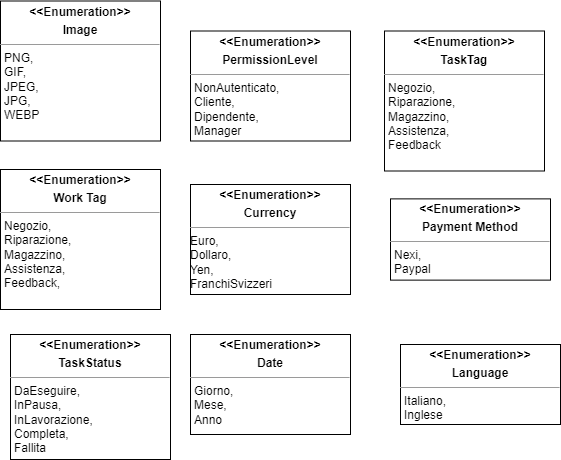
IS-FixMi/Documentation-Source keeps this draw.io diagram as third-deliverable/images/Diagramma_delle_classi_Enumi.png. Above is the earlier version. Source tidied: cells renumbered, new cells last; positions are measured from the earlier drawing's top-left corner, leaving out a move shared by most shapes. The source it was exported from:
```xml
<mxGraphModel>
  <root>
    <mxCell id="0" />
    <mxCell id="1" parent="0" />
    <mxCell id="2" value="&lt;p style=&quot;margin:0px;margin-top:4px;text-align:center;&quot;&gt;&lt;b&gt;&amp;lt;&amp;lt;Enumeration&amp;gt;&amp;gt;&lt;/b&gt;&lt;/p&gt;&lt;p style=&quot;margin:0px;margin-top:4px;text-align:center;&quot;&gt;&lt;b&gt;PermissionLevel&lt;/b&gt;&lt;/p&gt;&lt;hr size=&quot;1&quot;&gt;&lt;p style=&quot;margin:0px;margin-left:4px;&quot;&gt;NonAutenticato,&lt;br&gt;&lt;/p&gt;&lt;p style=&quot;margin:0px;margin-left:4px;&quot;&gt;Cliente,&lt;/p&gt;&lt;p style=&quot;margin:0px;margin-left:4px;&quot;&gt;Dipendente,&lt;/p&gt;&lt;p style=&quot;margin:0px;margin-left:4px;&quot;&gt;Manager&lt;/p&gt;" style="verticalAlign=top;align=left;overflow=fill;fontSize=12;fontFamily=Helvetica;html=1;whiteSpace=wrap;" parent="1" vertex="1">
      <mxGeometry x="190" y="29.5" width="160" height="110" as="geometry" />
    </mxCell>
    <mxCell id="3" value="&lt;p style=&quot;margin:0px;margin-top:4px;text-align:center;&quot;&gt;&lt;b&gt;&amp;lt;&amp;lt;Enumeration&amp;gt;&amp;gt;&lt;/b&gt;&lt;/p&gt;&lt;p style=&quot;margin:0px;margin-top:4px;text-align:center;&quot;&gt;&lt;b&gt;Image&lt;/b&gt;&lt;/p&gt;&lt;hr size=&quot;1&quot;&gt;&lt;p style=&quot;margin:0px;margin-left:4px;&quot;&gt;PNG,&lt;/p&gt;&lt;p style=&quot;margin:0px;margin-left:4px;&quot;&gt;GIF,&lt;/p&gt;&lt;p style=&quot;margin:0px;margin-left:4px;&quot;&gt;JPEG,&lt;/p&gt;&lt;p style=&quot;margin:0px;margin-left:4px;&quot;&gt;JPG,&lt;/p&gt;&lt;p style=&quot;margin:0px;margin-left:4px;&quot;&gt;WEBP&lt;/p&gt;" style="verticalAlign=top;align=left;overflow=fill;fontSize=12;fontFamily=Helvetica;html=1;whiteSpace=wrap;" parent="1" vertex="1">
      <mxGeometry y="-0.5" width="160" height="140" as="geometry" />
    </mxCell>
    <mxCell id="4" value="&lt;p style=&quot;margin:0px;margin-top:4px;text-align:center;&quot;&gt;&lt;b&gt;&amp;lt;&amp;lt;Enumeration&amp;gt;&amp;gt;&lt;/b&gt;&lt;/p&gt;&lt;p style=&quot;margin:0px;margin-top:4px;text-align:center;&quot;&gt;&lt;b&gt;Currency&lt;/b&gt;&lt;/p&gt;&lt;hr size=&quot;1&quot;&gt;Euro,&lt;br&gt;Dollaro,&lt;br&gt;Yen,&lt;br&gt;FranchiSvizzeri&lt;br&gt;&lt;p style=&quot;margin:0px;margin-left:4px;&quot;&gt;&lt;br&gt;&lt;/p&gt;" style="verticalAlign=top;align=left;overflow=fill;fontSize=12;fontFamily=Helvetica;html=1;whiteSpace=wrap;" parent="1" vertex="1">
      <mxGeometry x="190" y="183" width="160" height="110" as="geometry" />
    </mxCell>
    <mxCell id="5" value="&lt;p style=&quot;margin:0px;margin-top:4px;text-align:center;&quot;&gt;&lt;b&gt;&amp;lt;&amp;lt;Enumeration&amp;gt;&amp;gt;&lt;/b&gt;&lt;/p&gt;&lt;p style=&quot;margin:0px;margin-top:4px;text-align:center;&quot;&gt;&lt;b&gt;TaskTag&lt;/b&gt;&lt;/p&gt;&lt;hr size=&quot;1&quot;&gt;&lt;p style=&quot;margin:0px;margin-left:4px;&quot;&gt;Negozio,&lt;/p&gt;&lt;p style=&quot;margin:0px;margin-left:4px;&quot;&gt;Riparazione,&lt;/p&gt;&lt;p style=&quot;margin:0px;margin-left:4px;&quot;&gt;Magazzino,&lt;/p&gt;&lt;p style=&quot;margin:0px;margin-left:4px;&quot;&gt;Assistenza,&lt;/p&gt;&lt;p style=&quot;margin:0px;margin-left:4px;&quot;&gt;Feedback&lt;/p&gt;" style="verticalAlign=top;align=left;overflow=fill;fontSize=12;fontFamily=Helvetica;html=1;whiteSpace=wrap;" parent="1" vertex="1">
      <mxGeometry x="384" y="29.5" width="160" height="140" as="geometry" />
    </mxCell>
    <mxCell id="6" value="&lt;p style=&quot;margin:0px;margin-top:4px;text-align:center;&quot;&gt;&lt;b&gt;&amp;lt;&amp;lt;Enumeration&amp;gt;&amp;gt;&lt;/b&gt;&lt;/p&gt;&lt;p style=&quot;margin:0px;margin-top:4px;text-align:center;&quot;&gt;&lt;b&gt;Work Tag&lt;/b&gt;&lt;/p&gt;&lt;hr size=&quot;1&quot;&gt;&lt;p style=&quot;margin:0px;margin-left:4px;&quot;&gt;Negozio,&lt;/p&gt;&lt;p style=&quot;margin:0px;margin-left:4px;&quot;&gt;Riparazione,&lt;/p&gt;&lt;p style=&quot;margin:0px;margin-left:4px;&quot;&gt;Magazzino,&lt;/p&gt;&lt;p style=&quot;margin:0px;margin-left:4px;&quot;&gt;Assistenza,&lt;/p&gt;&lt;p style=&quot;margin:0px;margin-left:4px;&quot;&gt;Feedback,&lt;/p&gt;" style="verticalAlign=top;align=left;overflow=fill;fontSize=12;fontFamily=Helvetica;html=1;whiteSpace=wrap;" parent="1" vertex="1">
      <mxGeometry y="168" width="160" height="140" as="geometry" />
    </mxCell>
    <mxCell id="7" value="&lt;p style=&quot;margin:0px;margin-top:4px;text-align:center;&quot;&gt;&lt;b&gt;&amp;lt;&amp;lt;Enumeration&amp;gt;&amp;gt;&lt;/b&gt;&lt;/p&gt;&lt;p style=&quot;margin:0px;margin-top:4px;text-align:center;&quot;&gt;&lt;b&gt;Payment Method&lt;/b&gt;&lt;/p&gt;&lt;hr size=&quot;1&quot;&gt;&lt;p style=&quot;margin:0px;margin-left:4px;&quot;&gt;Nexi,&lt;/p&gt;&lt;p style=&quot;margin:0px;margin-left:4px;&quot;&gt;Paypal&lt;/p&gt;" style="verticalAlign=top;align=left;overflow=fill;fontSize=12;fontFamily=Helvetica;html=1;whiteSpace=wrap;" parent="1" vertex="1">
      <mxGeometry x="390" y="197.4" width="160" height="81.2" as="geometry" />
    </mxCell>
    <mxCell id="8" value="&lt;p style=&quot;margin:0px;margin-top:4px;text-align:center;&quot;&gt;&lt;b&gt;&amp;lt;&amp;lt;Enumeration&amp;gt;&amp;gt;&lt;/b&gt;&lt;/p&gt;&lt;p style=&quot;margin:0px;margin-top:4px;text-align:center;&quot;&gt;&lt;b&gt;Date&lt;/b&gt;&lt;/p&gt;&lt;hr size=&quot;1&quot;&gt;&lt;p style=&quot;margin:0px;margin-left:4px;&quot;&gt;Giorno,&lt;/p&gt;&lt;p style=&quot;margin:0px;margin-left:4px;&quot;&gt;Mese,&lt;br&gt;Anno&lt;/p&gt;" style="verticalAlign=top;align=left;overflow=fill;fontSize=12;fontFamily=Helvetica;html=1;whiteSpace=wrap;" parent="1" vertex="1">
      <mxGeometry x="190" y="333" width="160" height="100" as="geometry" />
    </mxCell>
    <mxCell id="9" value="&lt;p style=&quot;margin:0px;margin-top:4px;text-align:center;&quot;&gt;&lt;b&gt;&amp;lt;&amp;lt;Enumeration&amp;gt;&amp;gt;&lt;/b&gt;&lt;/p&gt;&lt;p style=&quot;margin:0px;margin-top:4px;text-align:center;&quot;&gt;&lt;b&gt;Language&lt;/b&gt;&lt;/p&gt;&lt;hr size=&quot;1&quot;&gt;&lt;p style=&quot;margin:0px;margin-left:4px;&quot;&gt;Italiano,&lt;/p&gt;&lt;p style=&quot;margin:0px;margin-left:4px;&quot;&gt;Inglese&lt;/p&gt;" style="verticalAlign=top;align=left;overflow=fill;fontSize=12;fontFamily=Helvetica;html=1;whiteSpace=wrap;" parent="1" vertex="1">
      <mxGeometry x="400" y="343" width="160" height="80" as="geometry" />
    </mxCell>
    <mxCell id="10" value="&lt;p style=&quot;margin:0px;margin-top:4px;text-align:center;&quot;&gt;&lt;b&gt;&amp;lt;&amp;lt;Enumeration&amp;gt;&amp;gt;&lt;/b&gt;&lt;/p&gt;&lt;p style=&quot;margin:0px;margin-top:4px;text-align:center;&quot;&gt;&lt;b&gt;TaskStatus&lt;/b&gt;&lt;/p&gt;&lt;hr size=&quot;1&quot;&gt;&lt;p style=&quot;margin:0px;margin-left:4px;&quot;&gt;DaEseguire,&lt;/p&gt;&lt;p style=&quot;margin:0px;margin-left:4px;&quot;&gt;InPausa,&lt;/p&gt;&lt;p style=&quot;margin:0px;margin-left:4px;&quot;&gt;InLavorazione,&lt;/p&gt;&lt;p style=&quot;margin:0px;margin-left:4px;&quot;&gt;Completa,&lt;/p&gt;&lt;p style=&quot;margin:0px;margin-left:4px;&quot;&gt;Fallita&lt;/p&gt;" style="verticalAlign=top;align=left;overflow=fill;fontSize=12;fontFamily=Helvetica;html=1;whiteSpace=wrap;" parent="1" vertex="1">
      <mxGeometry x="10" y="333" width="160" height="125" as="geometry" />
    </mxCell>
  </root>
</mxGraphModel>
```
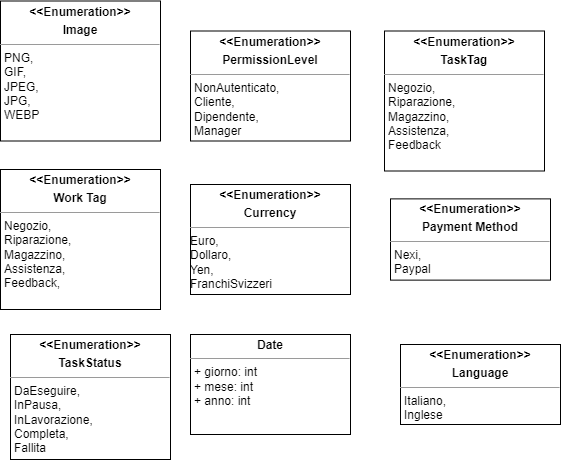
Later version of the same file.

What changed in the source:
```diff
@@ -20,7 +20,7 @@
     <mxCell id="7" value="&lt;p style=&quot;margin:0px;margin-top:4px;text-align:center;&quot;&gt;&lt;b&gt;&amp;lt;&amp;lt;Enumeration&amp;gt;&amp;gt;&lt;/b&gt;&lt;/p&gt;&lt;p style=&quot;margin:0px;margin-top:4px;text-align:center;&quot;&gt;&lt;b&gt;Payment Method&lt;/b&gt;&lt;/p&gt;&lt;hr size=&quot;1&quot;&gt;&lt;p style=&quot;margin:0px;margin-left:4px;&quot;&gt;Nexi,&lt;/p&gt;&lt;p style=&quot;margin:0px;margin-left:4px;&quot;&gt;Paypal&lt;/p&gt;" style="verticalAlign=top;align=left;overflow=fill;fontSize=12;fontFamily=Helvetica;html=1;whiteSpace=wrap;" parent="1" vertex="1">
       <mxGeometry x="390" y="197.4" width="160" height="81.2" as="geometry" />
     </mxCell>
-    <mxCell id="8" value="&lt;p style=&quot;margin:0px;margin-top:4px;text-align:center;&quot;&gt;&lt;b&gt;&amp;lt;&amp;lt;Enumeration&amp;gt;&amp;gt;&lt;/b&gt;&lt;/p&gt;&lt;p style=&quot;margin:0px;margin-top:4px;text-align:center;&quot;&gt;&lt;b&gt;Date&lt;/b&gt;&lt;/p&gt;&lt;hr size=&quot;1&quot;&gt;&lt;p style=&quot;margin:0px;margin-left:4px;&quot;&gt;Giorno,&lt;/p&gt;&lt;p style=&quot;margin:0px;margin-left:4px;&quot;&gt;Mese,&lt;br&gt;Anno&lt;/p&gt;" style="verticalAlign=top;align=left;overflow=fill;fontSize=12;fontFamily=Helvetica;html=1;whiteSpace=wrap;" parent="1" vertex="1">
+    <mxCell id="8" value="&lt;p style=&quot;margin:0px;margin-top:4px;text-align:center;&quot;&gt;&lt;b style=&quot;background-color: initial;&quot;&gt;Date&lt;/b&gt;&lt;br&gt;&lt;/p&gt;&lt;hr size=&quot;1&quot;&gt;&lt;p style=&quot;margin:0px;margin-left:4px;&quot;&gt;+ giorno: int&lt;/p&gt;&lt;p style=&quot;margin:0px;margin-left:4px;&quot;&gt;+ mese: int&lt;br&gt;+ anno: int&lt;/p&gt;" style="verticalAlign=top;align=left;overflow=fill;fontSize=12;fontFamily=Helvetica;html=1;whiteSpace=wrap;" parent="1" vertex="1">
       <mxGeometry x="190" y="333" width="160" height="100" as="geometry" />
     </mxCell>
     <mxCell id="9" value="&lt;p style=&quot;margin:0px;margin-top:4px;text-align:center;&quot;&gt;&lt;b&gt;&amp;lt;&amp;lt;Enumeration&amp;gt;&amp;gt;&lt;/b&gt;&lt;/p&gt;&lt;p style=&quot;margin:0px;margin-top:4px;text-align:center;&quot;&gt;&lt;b&gt;Language&lt;/b&gt;&lt;/p&gt;&lt;hr size=&quot;1&quot;&gt;&lt;p style=&quot;margin:0px;margin-left:4px;&quot;&gt;Italiano,&lt;/p&gt;&lt;p style=&quot;margin:0px;margin-left:4px;&quot;&gt;Inglese&lt;/p&gt;" style="verticalAlign=top;align=left;overflow=fill;fontSize=12;fontFamily=Helvetica;html=1;whiteSpace=wrap;" parent="1" vertex="1">
```
